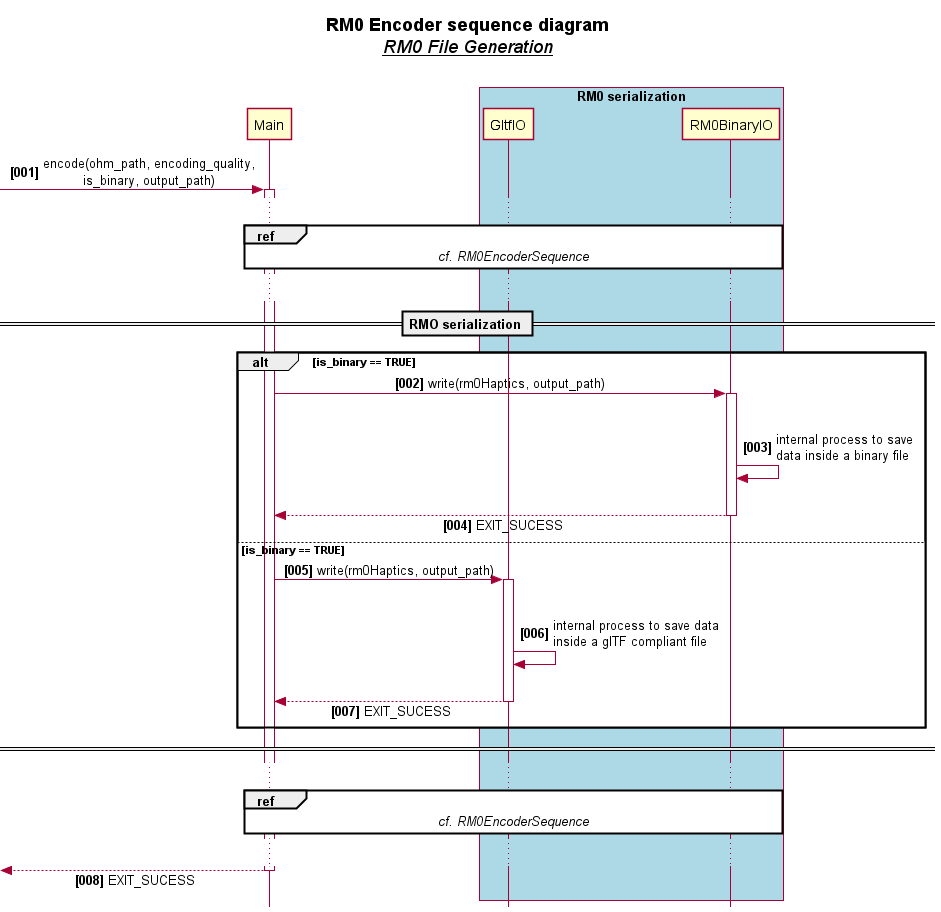
Above: diagrams/Rendered/Sequence/Encoder/RM0EncoderSequenceDiagram_serialize.png in MPEGGroup/HapticReferenceSoftware (PlantUML), before the change.
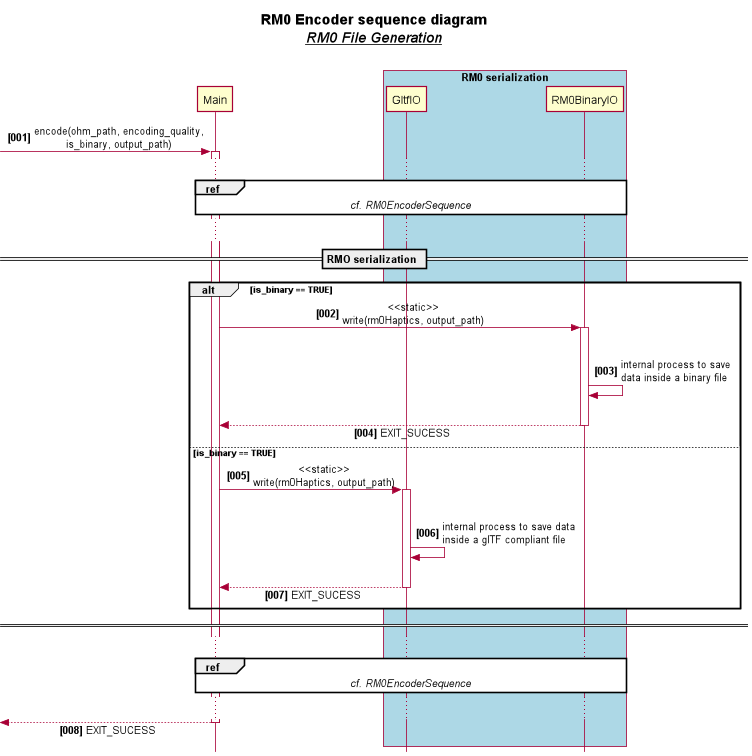
After the change.

Commit message:
fix(#10 Diagrams): little errors about static methods and object destroying

Diff of the diagram source:
```diff
@@ -22,7 +22,7 @@
 
 alt is_binary == TRUE
 
-    Main -> RM0BinaryIO ++: write(rm0Haptics, output_path)
+    Main -> RM0BinaryIO ++: <<static>>\nwrite(rm0Haptics, output_path)
     |||
     RM0BinaryIO -> RM0BinaryIO: internal process to save\ndata inside a binary file
     |||
@@ -30,7 +30,7 @@
 
 else is_binary == TRUE
 
-    Main -> GltfIO ++: write(rm0Haptics, output_path)
+    Main -> GltfIO ++: <<static>>\nwrite(rm0Haptics, output_path)
     |||
     GltfIO -> GltfIO: internal process to save data\ninside a glTF compliant file
     |||
```
